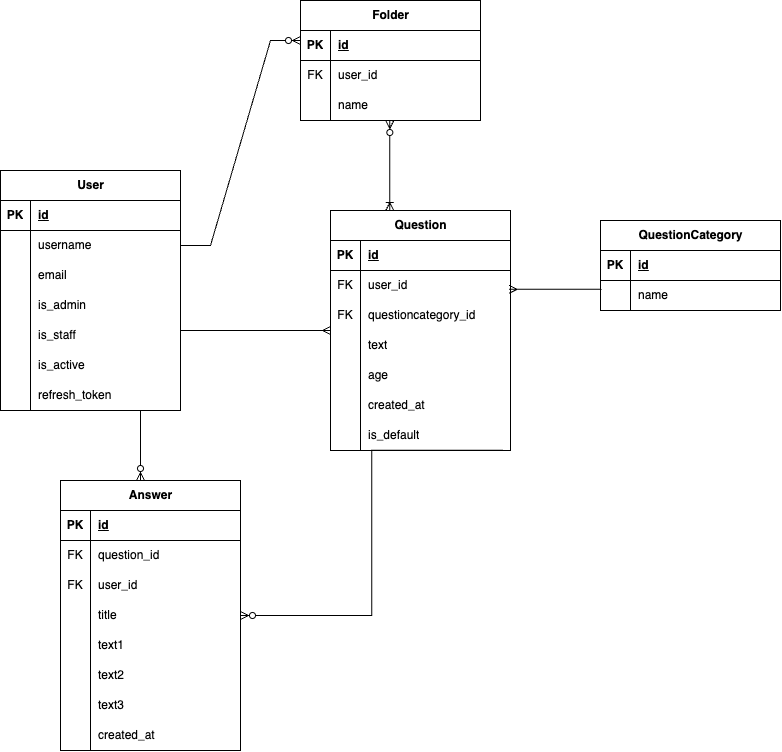
Earlier version of the draw.io export selfanalysis.drawio.png (u-ktk/self-analysis). Source tidied: cells renumbered, new cells last; positions are measured from the earlier drawing's top-left corner, leaving out a move shared by most shapes.
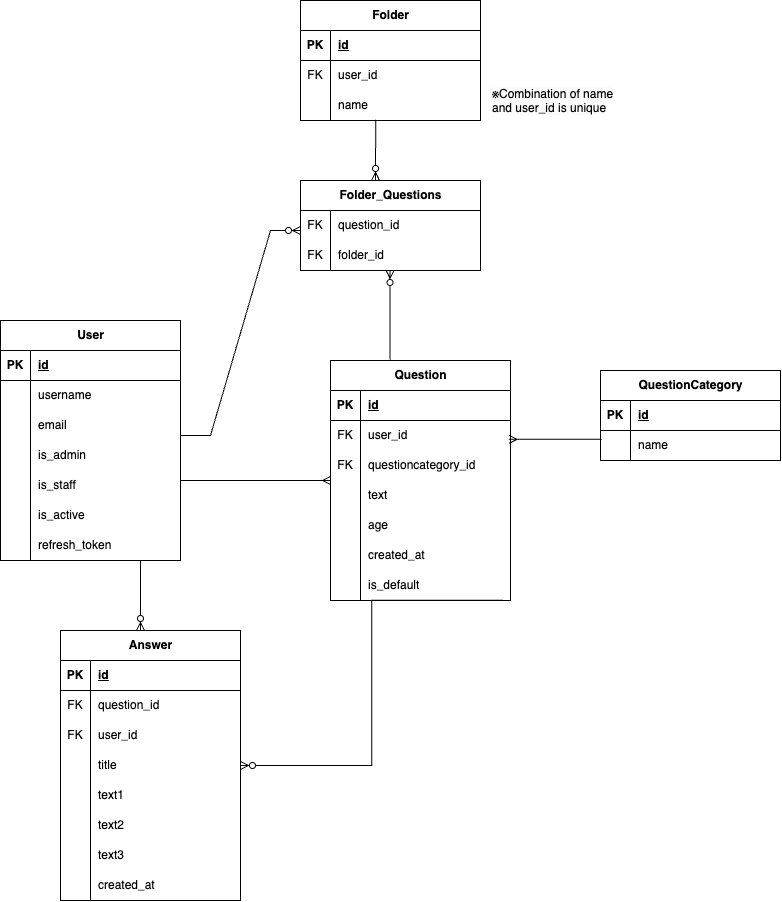
Later version of the same file.

What changed in the source:
```diff
@@ -135,7 +135,7 @@
       <mxGeometry x="30" width="150" height="30" as="geometry" />
     </mxCell>
     <mxCell id="46" value="Folder" style="shape=table;startSize=30;rowLines=0;fontStyle=1;align=center;html=1;" parent="1" vertex="1">
-      <mxGeometry x="300" width="180" height="120" as="geometry" />
+      <mxGeometry x="300" y="-150" width="180" height="120" as="geometry" />
     </mxCell>
     <mxCell id="47" style="shape=tableRow;horizontal=0;startSize=0;swimlaneHead=0;swimlaneBody=0;fillColor=none;top=0;left=0;right=0;bottom=1;" parent="46" vertex="1">
       <mxGeometry y="30" width="180" height="30" as="geometry" />
@@ -272,17 +272,12 @@
         <mxPoint x="330" y="330" as="targetPoint" />
       </mxGeometry>
     </mxCell>
-    <mxCell id="91" style="edgeStyle=entityRelationEdgeStyle;fontSize=12;html=1;endArrow=ERzeroToMany;endFill=1;rounded=0;elbow=vertical;exitX=1;exitY=0.5;exitDx=0;exitDy=0;" parent="1" edge="1" source="6">
+    <mxCell id="91" style="edgeStyle=entityRelationEdgeStyle;fontSize=12;html=1;endArrow=ERzeroToMany;endFill=1;rounded=0;elbow=vertical;exitX=1;exitY=0.5;exitDx=0;exitDy=0;" parent="1" edge="1">
       <mxGeometry relative="1" as="geometry">
-        <mxPoint x="300" y="40" as="targetPoint" />
+        <mxPoint x="180" y="285" as="sourcePoint" />
+        <mxPoint x="300" y="80" as="targetPoint" />
       </mxGeometry>
     </mxCell>
-    <mxCell id="92" style="fontSize=12;html=1;endArrow=ERoneToMany;startArrow=ERzeroToMany;rounded=0;elbow=vertical;" parent="1" edge="1">
-      <mxGeometry relative="1" as="geometry">
-        <mxPoint x="389.3" y="120" as="sourcePoint" />
-        <mxPoint x="389.3" y="210" as="targetPoint" />
-      </mxGeometry>
-    </mxCell>
     <mxCell id="93" style="edgeStyle=elbowEdgeStyle;fontSize=12;html=1;endArrow=ERzeroToMany;endFill=1;rounded=0;entryX=1;entryY=0.5;entryDx=0;entryDy=0;exitX=0.958;exitY=0.989;exitDx=0;exitDy=0;exitPerimeter=0;" parent="1" edge="1" source="43" target="74">
       <mxGeometry relative="1" as="geometry" />
     </mxCell>
@@ -292,5 +287,39 @@
         <mxPoint x="140" y="480" as="targetPoint" />
       </mxGeometry>
     </mxCell>
+    <mxCell id="95" value="&lt;span style=&quot;color: rgb(0, 0, 0); font-family: Helvetica; font-size: 12px; font-style: normal; font-variant-ligatures: normal; font-variant-caps: normal; font-weight: 400; letter-spacing: normal; orphans: 2; text-align: left; text-indent: 0px; text-transform: none; widows: 2; word-spacing: 0px; -webkit-text-stroke-width: 0px; background-color: rgb(251, 251, 251); text-decoration-thickness: initial; text-decoration-style: initial; text-decoration-color: initial; float: none; display: inline !important;&quot;&gt;※Combination of name and user_id is unique&lt;/span&gt;" style="text;whiteSpace=wrap;html=1;" parent="1" vertex="1">
+      <mxGeometry x="490" y="-70" width="140" height="40" as="geometry" />
+    </mxCell>
+    <mxCell id="96" value="Folder_Questions" style="shape=table;startSize=30;rowLines=0;fontStyle=1;align=center;html=1;" parent="1" vertex="1">
+      <mxGeometry x="300" y="30" width="180" height="90" as="geometry" />
+    </mxCell>
+    <mxCell id="97" style="shape=tableRow;horizontal=0;startSize=0;swimlaneHead=0;swimlaneBody=0;fillColor=none;top=0;left=0;right=0;bottom=0;" parent="96" vertex="1">
+      <mxGeometry y="30" width="180" height="30" as="geometry" />
+    </mxCell>
+    <mxCell id="98" value="FK" style="shape=partialRectangle;fillColor=none;top=0;left=0;bottom=0;right=0;fontStyle=0;overflow=hidden;whiteSpace=wrap;html=1;" parent="97" vertex="1">
+      <mxGeometry width="30" height="30" as="geometry" />
+    </mxCell>
+    <mxCell id="99" value="question_id" style="shape=partialRectangle;fillColor=none;top=0;left=0;bottom=0;right=0;align=left;spacingLeft=6;fontStyle=0;overflow=hidden;whiteSpace=wrap;html=1;" parent="97" vertex="1">
+      <mxGeometry x="30" width="150" height="30" as="geometry" />
+    </mxCell>
+    <mxCell id="100" style="shape=tableRow;horizontal=0;startSize=0;swimlaneHead=0;swimlaneBody=0;fillColor=none;top=0;left=0;right=0;bottom=0;" parent="96" vertex="1">
+      <mxGeometry y="60" width="180" height="30" as="geometry" />
+    </mxCell>
+    <mxCell id="101" value="FK" style="shape=partialRectangle;fillColor=none;top=0;left=0;bottom=0;right=0;overflow=hidden;whiteSpace=wrap;html=1;" parent="100" vertex="1">
+      <mxGeometry width="30" height="30" as="geometry" />
+    </mxCell>
+    <mxCell id="102" value="folder_id" style="shape=partialRectangle;fillColor=none;top=0;left=0;bottom=0;right=0;align=left;spacingLeft=6;overflow=hidden;whiteSpace=wrap;html=1;" parent="100" vertex="1">
+      <mxGeometry x="30" width="150" height="30" as="geometry" />
+    </mxCell>
+    <mxCell id="103" style="fontSize=12;html=1;endArrow=ERzeroToMany;endFill=1;rounded=0;elbow=vertical;exitX=0.331;exitY=-0.003;exitDx=0;exitDy=0;exitPerimeter=0;" parent="1" edge="1" source="24">
+      <mxGeometry relative="1" as="geometry">
+        <mxPoint x="389.5" y="120" as="targetPoint" />
+      </mxGeometry>
+    </mxCell>
+    <mxCell id="104" style="fontSize=12;html=1;endArrow=ERzeroToMany;endFill=1;rounded=0;elbow=vertical;exitX=0.418;exitY=0.972;exitDx=0;exitDy=0;exitPerimeter=0;" parent="1" edge="1" source="53">
+      <mxGeometry relative="1" as="geometry">
+        <mxPoint x="375" y="30" as="targetPoint" />
+      </mxGeometry>
+    </mxCell>
   </root>
 </mxGraphModel>
```
